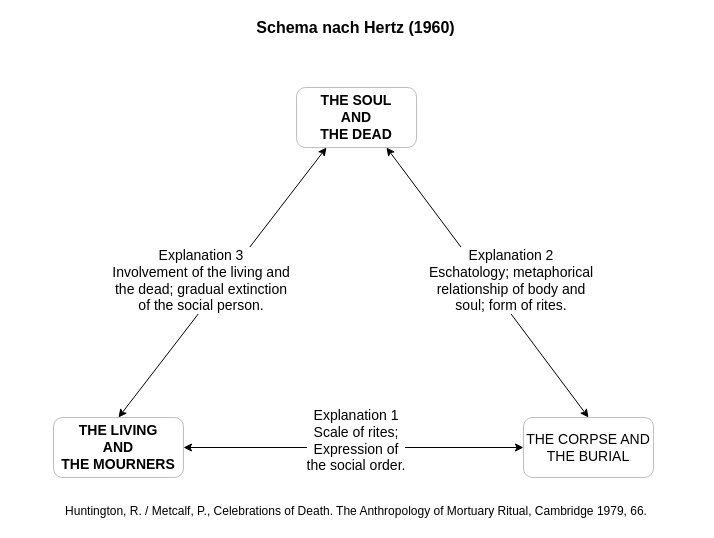
eike-code/eike-code.github.io keeps this draw.io diagram as Untitled Diagram.drawio. Above is the earlier version. Source tidied: cells renumbered, new cells numbered last; positions are measured from the earlier drawing's top-left corner, leaving out a move shared by most shapes. Both pictures are drawn from the tidied source at 100%, with x=0, y=0 at pixel (16, 17).
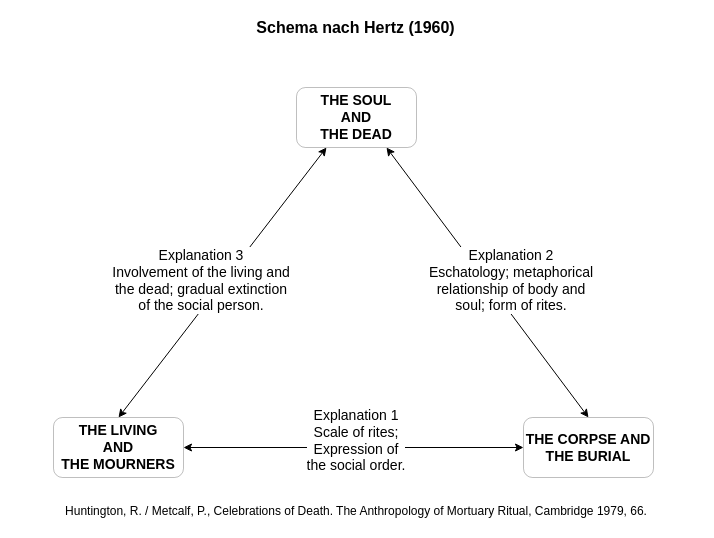
Above is the later version.

Diff of the diagram source:
```diff
@@
 <mxGraphModel>
   <root>
     <mxCell id="0" />
     <mxCell id="1" parent="0" />
     <mxCell id="2" value="&lt;div&gt;&lt;b&gt;THE SOUL&lt;/b&gt;&lt;/div&gt;&lt;div&gt;&lt;b&gt;AND&lt;/b&gt;&lt;/div&gt;&lt;div&gt;&lt;b&gt;THE DEAD&lt;br&gt;&lt;/b&gt;&lt;/div&gt;" style="rounded=1;whiteSpace=wrap;html=1;labelBackgroundColor=none;fillColor=#FFFFFF;fontFamily=cardo;fontSize=14;opacity=25;" parent="1" vertex="1">
       <mxGeometry x="280" y="70" width="120" height="60" as="geometry" />
     </mxCell>
     <mxCell id="3" value="&lt;div&gt;&lt;b&gt;THE LIVING&lt;/b&gt;&lt;/div&gt;&lt;div&gt;&lt;b&gt;AND &lt;br&gt;&lt;/b&gt;&lt;/div&gt;&lt;div&gt;&lt;b&gt;THE MOURNERS&lt;br&gt;&lt;/b&gt;&lt;/div&gt;" style="rounded=1;whiteSpace=wrap;html=1;labelBackgroundColor=none;fontFamily=cardo;fontSize=14;opacity=25;" parent="1" vertex="1">
       <mxGeometry x="37" y="400" width="130" height="60" as="geometry" />
     </mxCell>
-    <mxCell id="4" value="&lt;div&gt;THE CORPSE AND &lt;br&gt;&lt;/div&gt;&lt;div&gt;THE BURIAL&lt;/div&gt;" style="rounded=1;whiteSpace=wrap;html=1;labelBackgroundColor=none;fontFamily=cardo;fontSize=14;opacity=25;" parent="1" vertex="1">
+    <mxCell id="4" value="&lt;div&gt;&lt;b&gt;THE CORPSE AND &lt;br&gt;&lt;/b&gt;&lt;/div&gt;&lt;div&gt;&lt;b&gt;THE BURIAL&lt;/b&gt;&lt;/div&gt;" style="rounded=1;whiteSpace=wrap;html=1;labelBackgroundColor=none;fontFamily=cardo;fontSize=14;opacity=25;" parent="1" vertex="1">
       <mxGeometry x="507" y="400" width="130" height="60" as="geometry" />
     </mxCell>
     <mxCell id="5" style="endArrow=classic;startArrow=classic;html=1;fontFamily=cardo;fontSize=14;entryX=0;entryY=0.5;entryDx=0;entryDy=0;" parent="1" edge="1" target="4">
       <mxGeometry relative="1" as="geometry">
         <mxPoint x="167" y="430" as="sourcePoint" />
       </mxGeometry>
     </mxCell>
     <mxCell id="6" style="endArrow=classic;startArrow=classic;html=1;fontFamily=cardo;fontSize=14;entryX=0.25;entryY=1;entryDx=0;entryDy=0;exitX=0.5;exitY=0;exitDx=0;exitDy=0;" parent="1" edge="1" source="3" target="2">
       <mxGeometry relative="1" as="geometry" />
     </mxCell>
     <mxCell id="7" style="endArrow=classic;startArrow=classic;html=1;fontFamily=cardo;fontSize=14;exitX=0.5;exitY=0;exitDx=0;exitDy=0;entryX=0.75;entryY=1;entryDx=0;entryDy=0;" parent="1" edge="1" source="4" target="2">
       <mxGeometry relative="1" as="geometry" />
     </mxCell>
     <mxCell id="8" value="&lt;div&gt;&lt;span style=&quot;&quot;&gt;Explanation 1&lt;/span&gt;&lt;/div&gt;&lt;div&gt;&lt;span style=&quot;&quot;&gt;Scale of rites;&lt;/span&gt;&lt;/div&gt;&lt;div&gt;&lt;span style=&quot;&quot;&gt;Expression of &lt;br&gt;&lt;/span&gt;&lt;/div&gt;&lt;div&gt;&lt;span style=&quot;&quot;&gt;the social order.&lt;br&gt;&lt;/span&gt;&lt;/div&gt;" style="text;html=1;strokeColor=none;fillColor=none;spacing=5;spacingTop=-20;whiteSpace=wrap;overflow=hidden;rounded=0;labelBackgroundColor=#FFFFFF;fontFamily=cardo;fontSize=14;opacity=25;align=center;" parent="1" vertex="1">
       <mxGeometry x="245" y="400" width="190" height="80" as="geometry" />
     </mxCell>
     <mxCell id="9" value="&lt;div&gt;Explanation 2&lt;/div&gt;&lt;div&gt;Eschatology; metaphorical&lt;/div&gt;&lt;div&gt;relationship of body and &lt;br&gt;&lt;/div&gt;&lt;div&gt;soul; form of rites.&lt;br&gt;&lt;/div&gt;" style="text;html=1;strokeColor=none;fillColor=none;spacing=5;spacingTop=-20;whiteSpace=wrap;overflow=hidden;rounded=0;labelBackgroundColor=#FFFFFF;fontFamily=cardo;fontSize=14;opacity=25;align=center;" parent="1" vertex="1">
       <mxGeometry x="400" y="240" width="190" height="80" as="geometry" />
     </mxCell>
     <mxCell id="10" value="&lt;div&gt;Explanation 3&lt;/div&gt;&lt;div&gt;Involvement of the living and&lt;/div&gt;&lt;div&gt;the dead; gradual extinction&lt;/div&gt;&lt;div&gt;of the social person.&lt;br&gt;&lt;/div&gt;" style="text;html=1;strokeColor=none;fillColor=none;spacing=5;spacingTop=-20;whiteSpace=wrap;overflow=hidden;rounded=0;labelBackgroundColor=#FFFFFF;fontFamily=cardo;fontSize=14;opacity=25;align=center;" parent="1" vertex="1">
       <mxGeometry x="90" y="240" width="190" height="80" as="geometry" />
     </mxCell>
     <mxCell id="11" value="&lt;font style=&quot;font-size: 12px&quot;&gt;Huntington, R. / Metcalf, P., Celebrations of Death. The Anthropology of Mortuary Ritual, Cambridge 1979, 66.&lt;/font&gt;" style="text;html=1;strokeColor=none;fillColor=none;align=center;verticalAlign=middle;whiteSpace=wrap;rounded=0;labelBackgroundColor=#FFFFFF;fontFamily=cardo;fontSize=14;opacity=25;" parent="1" vertex="1">
       <mxGeometry x="0.3" y="483.3" width="680" height="20" as="geometry" />
     </mxCell>
     <mxCell id="12" value="&lt;b&gt;&lt;font style=&quot;font-size: 16px&quot;&gt;Schema nach Hertz (1960)&lt;/font&gt;&lt;/b&gt;" style="text;html=1;strokeColor=none;fillColor=none;align=center;verticalAlign=middle;whiteSpace=wrap;rounded=0;labelBackgroundColor=#FFFFFF;fontFamily=cardo;fontSize=14;opacity=25;" parent="1" vertex="1">
       <mxGeometry x="236.3" width="206.7" height="20" as="geometry" />
     </mxCell>
   </root>
 </mxGraphModel>
```
